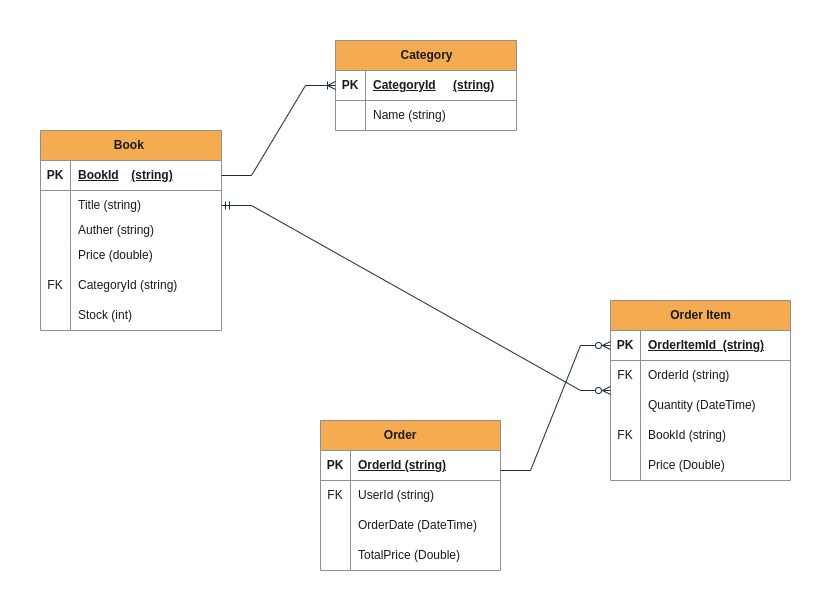
Before: BookStoreManamagement.drawio.png, a diagram exported from draw.io (Nishant0073/Bookstore_Application). Source tidied: cells renumbered, new cells last; positions are measured from the earlier drawing's top-left corner, leaving out a move shared by most shapes.
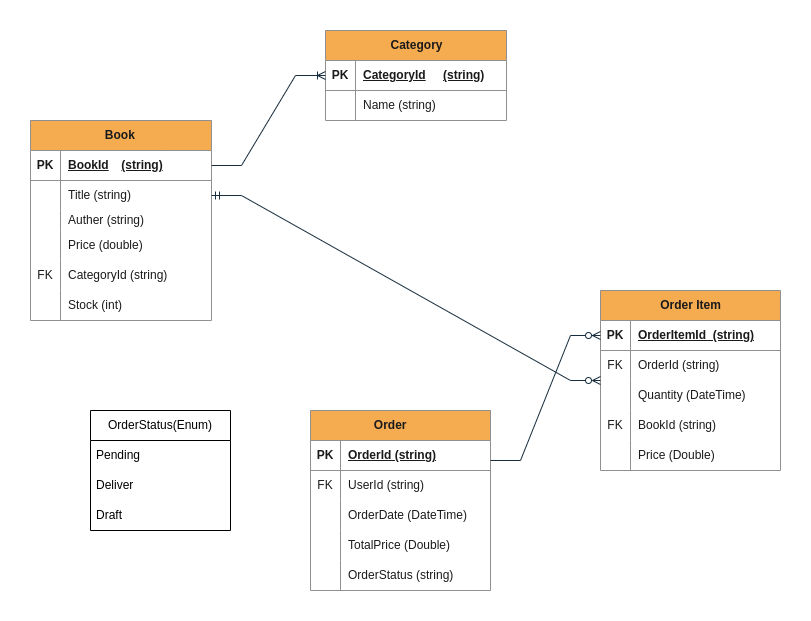
After the change.

Commit message:
Updated Dig Added OrderStatus to Order.

The edit, as a diff of the source:
```diff
@@ -81,7 +81,7 @@
       <mxGeometry x="30" width="151" height="30" as="geometry" />
     </mxCell>
     <mxCell id="28" value="Order&lt;span style=&quot;white-space: pre;&quot;&gt;&#9;&lt;/span&gt;" style="shape=table;startSize=30;rowLines=0;fontStyle=1;align=center;html=1;labelBackgroundColor=none;fillColor=#F5AB50;strokeColor=#909090;fontColor=#1A1A1A;" parent="1" vertex="1">
-      <mxGeometry x="370" y="380" width="180" height="150" as="geometry" />
+      <mxGeometry x="370" y="380" width="180" height="180" as="geometry" />
     </mxCell>
     <mxCell id="29" style="shape=tableRow;horizontal=0;startSize=0;swimlaneHead=0;swimlaneBody=0;fillColor=none;top=0;left=0;right=0;bottom=1;labelBackgroundColor=none;strokeColor=#909090;fontColor=#1A1A1A;" parent="28" vertex="1">
       <mxGeometry y="30" width="180" height="30" as="geometry" />
@@ -119,6 +119,15 @@
     <mxCell id="40" value="TotalPrice (Double)" style="shape=partialRectangle;fillColor=none;top=0;left=0;bottom=0;right=0;align=left;spacingLeft=6;overflow=hidden;whiteSpace=wrap;html=1;labelBackgroundColor=none;strokeColor=#909090;fontColor=#1A1A1A;" parent="38" vertex="1">
       <mxGeometry x="30" width="150" height="30" as="geometry" />
     </mxCell>
+    <mxCell id="60" style="shape=tableRow;horizontal=0;startSize=0;swimlaneHead=0;swimlaneBody=0;fillColor=none;top=0;left=0;right=0;bottom=0;labelBackgroundColor=none;strokeColor=#909090;fontColor=#1A1A1A;" parent="28" vertex="1">
+      <mxGeometry y="150" width="180" height="30" as="geometry" />
+    </mxCell>
+    <mxCell id="61" style="shape=partialRectangle;fillColor=none;top=0;left=0;bottom=0;right=0;overflow=hidden;whiteSpace=wrap;html=1;labelBackgroundColor=none;strokeColor=#909090;fontColor=#1A1A1A;" parent="60" vertex="1">
+      <mxGeometry width="30" height="30" as="geometry" />
+    </mxCell>
+    <mxCell id="62" value="OrderStatus (string)" style="shape=partialRectangle;fillColor=none;top=0;left=0;bottom=0;right=0;align=left;spacingLeft=6;overflow=hidden;whiteSpace=wrap;html=1;labelBackgroundColor=none;strokeColor=#909090;fontColor=#1A1A1A;" parent="60" vertex="1">
+      <mxGeometry x="30" width="150" height="30" as="geometry" />
+    </mxCell>
     <mxCell id="41" value="Order Item" style="shape=table;startSize=30;rowLines=0;fontStyle=1;align=center;html=1;labelBackgroundColor=none;fillColor=#F5AB50;strokeColor=#909090;fontColor=#1A1A1A;" parent="1" vertex="1">
       <mxGeometry x="660" y="260" width="180" height="180" as="geometry" />
     </mxCell>
@@ -185,5 +194,17 @@
     <mxCell id="59" style="edgeStyle=entityRelationEdgeStyle;fontSize=12;html=1;endArrow=ERzeroToMany;startArrow=ERmandOne;rounded=0;exitX=1;exitY=0.5;exitDx=0;exitDy=0;labelBackgroundColor=none;strokeColor=#182E3E;fontColor=default;endFill=0;" parent="1" edge="1" source="6" target="41">
       <mxGeometry relative="1" as="geometry" />
     </mxCell>
+    <mxCell id="63" value="OrderStatus(Enum)" style="swimlane;fontStyle=0;horizontal=1;startSize=30;whiteSpace=wrap;html=1;" parent="1" vertex="1">
+      <mxGeometry x="150" y="380" width="140" height="120" as="geometry" />
+    </mxCell>
+    <mxCell id="64" value="Pending" style="text;strokeColor=none;fillColor=none;align=left;verticalAlign=middle;spacingLeft=4;spacingRight=4;overflow=hidden;whiteSpace=wrap;html=1;" parent="63" vertex="1">
+      <mxGeometry y="30" width="140" height="30" as="geometry" />
+    </mxCell>
+    <mxCell id="65" value="Deliver" style="text;strokeColor=none;fillColor=none;align=left;verticalAlign=middle;spacingLeft=4;spacingRight=4;overflow=hidden;whiteSpace=wrap;html=1;" parent="63" vertex="1">
+      <mxGeometry y="60" width="140" height="30" as="geometry" />
+    </mxCell>
+    <mxCell id="66" value="Draft" style="text;strokeColor=none;fillColor=none;align=left;verticalAlign=middle;spacingLeft=4;spacingRight=4;overflow=hidden;whiteSpace=wrap;html=1;" parent="63" vertex="1">
+      <mxGeometry y="90" width="140" height="30" as="geometry" />
+    </mxCell>
   </root>
 </mxGraphModel>
```
